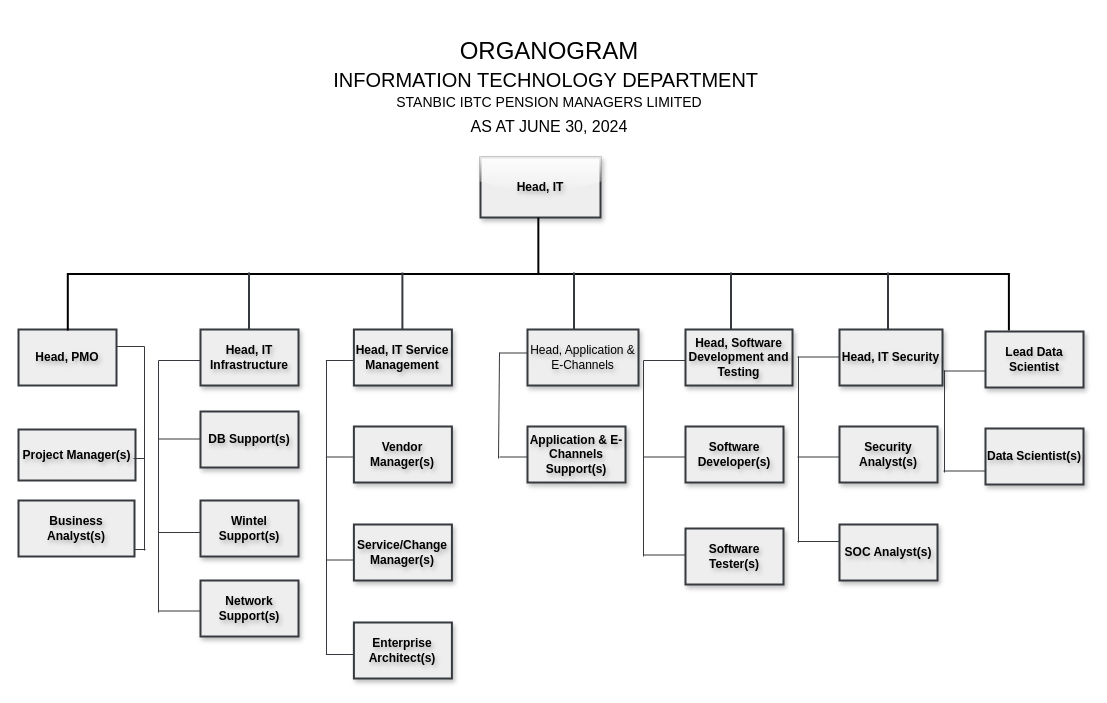
Earlier version of the draw.io diagram organogram.drawio (Great-B/standard-arch-diagrams). Source tidied: cells renumbered, new cells numbered last; positions are measured from the earlier drawing's top-left corner, leaving out a move shared by most shapes. Both pictures are drawn from the tidied source at 100%, with x=0, y=0 at pixel (18, -197).
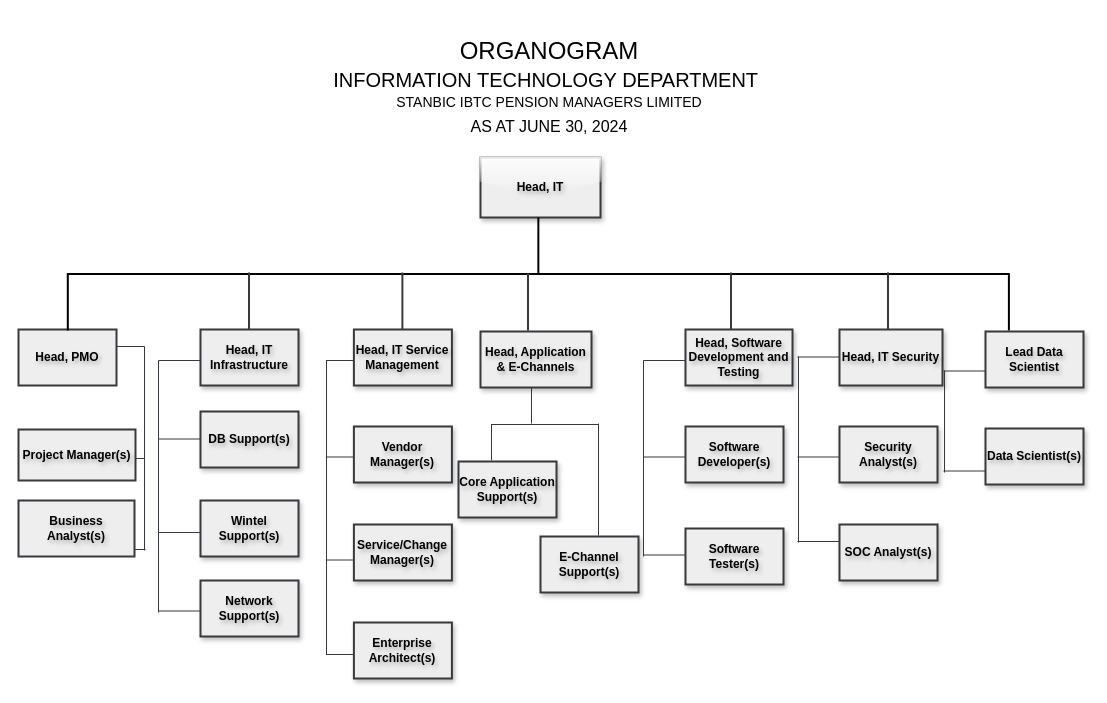
After the change.

Change to the diagram source:
```diff
@@
-    <mxCell id="7" value="Head, Application &amp;amp; E-Channels" style="rounded=0;strokeWidth=2;perimeterSpacing=0;glass=0;shadow=1;fontStyle=0;textShadow=1;whiteSpace=wrap;html=1;fillColor=#eeeeee;strokeColor=#36393d;" parent="1" vertex="1">
-      <mxGeometry x="509" y="526" width="111" height="56" as="geometry" />
+    <mxCell id="7" value="Head, Application &amp;amp; E-Channels" style="rounded=0;strokeWidth=2;perimeterSpacing=0;glass=0;shadow=1;fontStyle=1;textShadow=1;whiteSpace=wrap;html=1;fillColor=#eeeeee;strokeColor=#36393d;" parent="1" vertex="1">
+      <mxGeometry x="462" y="528" width="111" height="56" as="geometry" />
     </mxCell>
@@
-    <mxCell id="11" value="&lt;b&gt;Project Manager(s)&lt;/b&gt;" style="rounded=0;whiteSpace=wrap;html=1;strokeWidth=2;perimeterSpacing=0;glass=0;shadow=0;fontStyle=0;labelBackgroundColor=none;labelBorderColor=none;textShadow=1;fillColor=#eeeeee;strokeColor=#36393d;" parent="1" vertex="1">
-      <mxGeometry y="626" width="117" height="51" as="geometry" />
-    </mxCell>
@@
-    <mxCell id="17" value="&lt;b&gt;Application &amp;amp; E-Channels Support(s)&lt;/b&gt;" style="rounded=0;whiteSpace=wrap;html=1;strokeWidth=2;perimeterSpacing=0;glass=0;shadow=1;fontStyle=0;textShadow=1;fillColor=#eeeeee;strokeColor=#36393d;" parent="1" vertex="1">
-      <mxGeometry x="509" y="623" width="98" height="56" as="geometry" />
+    <mxCell id="17" value="&lt;b&gt;Core Application Support(s)&lt;/b&gt;" style="rounded=0;whiteSpace=wrap;html=1;strokeWidth=2;perimeterSpacing=0;glass=0;shadow=1;fontStyle=0;textShadow=1;fillColor=#eeeeee;strokeColor=#36393d;" parent="1" vertex="1">
+      <mxGeometry x="440" y="658" width="98" height="56" as="geometry" />
     </mxCell>
@@
     <mxCell id="26" style="endArrow=none;html=1;rounded=0;strokeWidth=2;fillColor=#eeeeee;strokeColor=#36393d;" parent="1" edge="1">
       <mxGeometry relative="1" as="geometry">
-        <mxPoint x="555.5" y="526" as="sourcePoint" />
-        <mxPoint x="555.5" y="469" as="targetPoint" />
+        <mxPoint x="509.5" y="527" as="sourcePoint" />
+        <mxPoint x="509.5" y="470" as="targetPoint" />
       </mxGeometry>
     </mxCell>
@@
-    <mxCell id="41" style="endArrow=none;html=1;rounded=0;fillColor=#eeeeee;strokeColor=#36393d;" parent="1" edge="1">
-      <mxGeometry relative="1" as="geometry">
-        <mxPoint x="480" y="655" as="sourcePoint" />
-        <mxPoint x="481" y="549" as="targetPoint" />
-      </mxGeometry>
-    </mxCell>
@@
-    <mxCell id="46" style="endArrow=none;html=1;rounded=0;fillColor=#eeeeee;strokeColor=#36393d;" parent="1" edge="1">
-      <mxGeometry relative="1" as="geometry">
-        <mxPoint x="481" y="653.5" as="sourcePoint" />
-        <mxPoint x="509" y="653.5" as="targetPoint" />
-      </mxGeometry>
-    </mxCell>
@@
-    <mxCell id="51" style="endArrow=none;html=1;rounded=0;fillColor=#eeeeee;strokeColor=#36393d;" parent="1" edge="1">
-      <mxGeometry relative="1" as="geometry">
-        <mxPoint x="481" y="549.5" as="sourcePoint" />
-        <mxPoint x="509" y="549.5" as="targetPoint" />
-      </mxGeometry>
-    </mxCell>
@@
+    <mxCell id="59" value="&lt;b&gt;E-Channel Support(s)&lt;/b&gt;" style="rounded=0;whiteSpace=wrap;html=1;strokeWidth=2;perimeterSpacing=0;glass=0;shadow=1;fontStyle=0;textShadow=1;fillColor=#eeeeee;strokeColor=#36393d;" parent="1" vertex="1">
+      <mxGeometry x="522" y="733" width="98" height="56" as="geometry" />
+    </mxCell>
+    <mxCell id="60" style="endArrow=none;html=1;rounded=0;fillColor=#eeeeee;strokeColor=#36393d;" parent="1" edge="1">
+      <mxGeometry relative="1" as="geometry">
+        <mxPoint x="472.5" y="621" as="sourcePoint" />
+        <mxPoint x="580" y="621" as="targetPoint" />
+      </mxGeometry>
+    </mxCell>
+    <mxCell id="61" style="endArrow=none;html=1;rounded=0;fillColor=#eeeeee;strokeColor=#36393d;" parent="1" edge="1">
+      <mxGeometry relative="1" as="geometry">
+        <mxPoint x="513" y="620" as="sourcePoint" />
+        <mxPoint x="513" y="584" as="targetPoint" />
+      </mxGeometry>
+    </mxCell>
+    <mxCell id="62" style="endArrow=none;html=1;rounded=0;fillColor=#eeeeee;strokeColor=#36393d;" parent="1" edge="1">
+      <mxGeometry relative="1" as="geometry">
+        <mxPoint x="473" y="657" as="sourcePoint" />
+        <mxPoint x="473" y="621" as="targetPoint" />
+      </mxGeometry>
+    </mxCell>
+    <mxCell id="63" style="endArrow=none;html=1;rounded=0;fillColor=#eeeeee;strokeColor=#36393d;" parent="1" edge="1">
+      <mxGeometry relative="1" as="geometry">
+        <mxPoint x="580" y="732" as="sourcePoint" />
+        <mxPoint x="580" y="620" as="targetPoint" />
+      </mxGeometry>
+    </mxCell>
+    <mxCell id="11" value="&lt;b&gt;Project Manager(s)&lt;/b&gt;" style="rounded=0;whiteSpace=wrap;html=1;strokeWidth=2;perimeterSpacing=0;glass=0;shadow=0;fontStyle=0;labelBackgroundColor=none;labelBorderColor=none;textShadow=1;fillColor=#eeeeee;strokeColor=#36393d;" parent="1" vertex="1">
+      <mxGeometry y="626" width="117" height="51" as="geometry" />
+    </mxCell>
```
